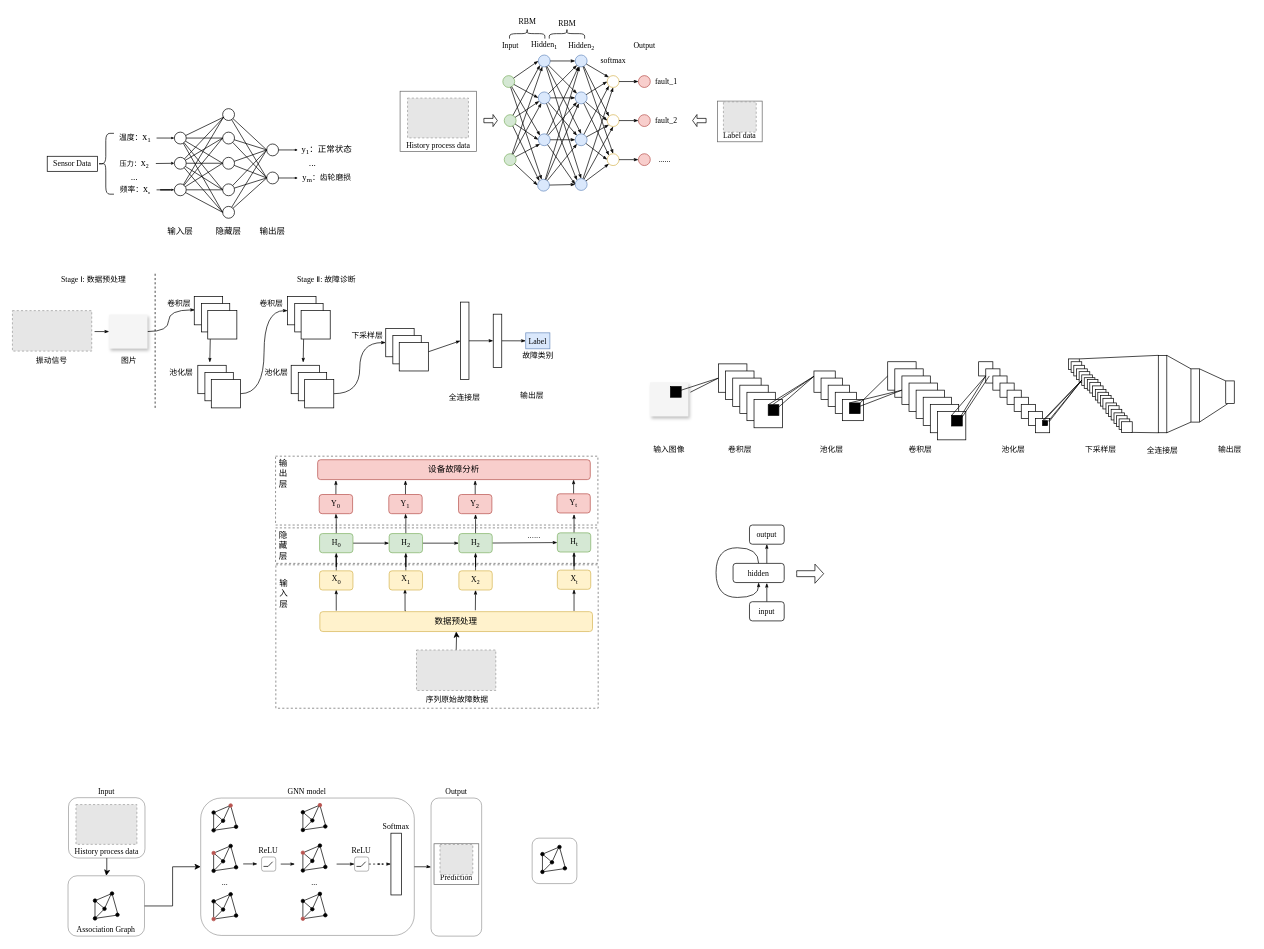
This is page "第 2 页" (2 of 2) of 未命名绘图.drawio from GPlaying/brain_map, a draw.io file, before an edit. Source tidied: cells renumbered, new cells numbered last; positions are measured from the earlier drawing's top-left corner, leaving out a move shared by most shapes. Both pictures are drawn from the tidied source at 71%, with x=0, y=0 at pixel (12, 12). Pictures stored in the file or linked from it are replaced by grey dashed boxes.
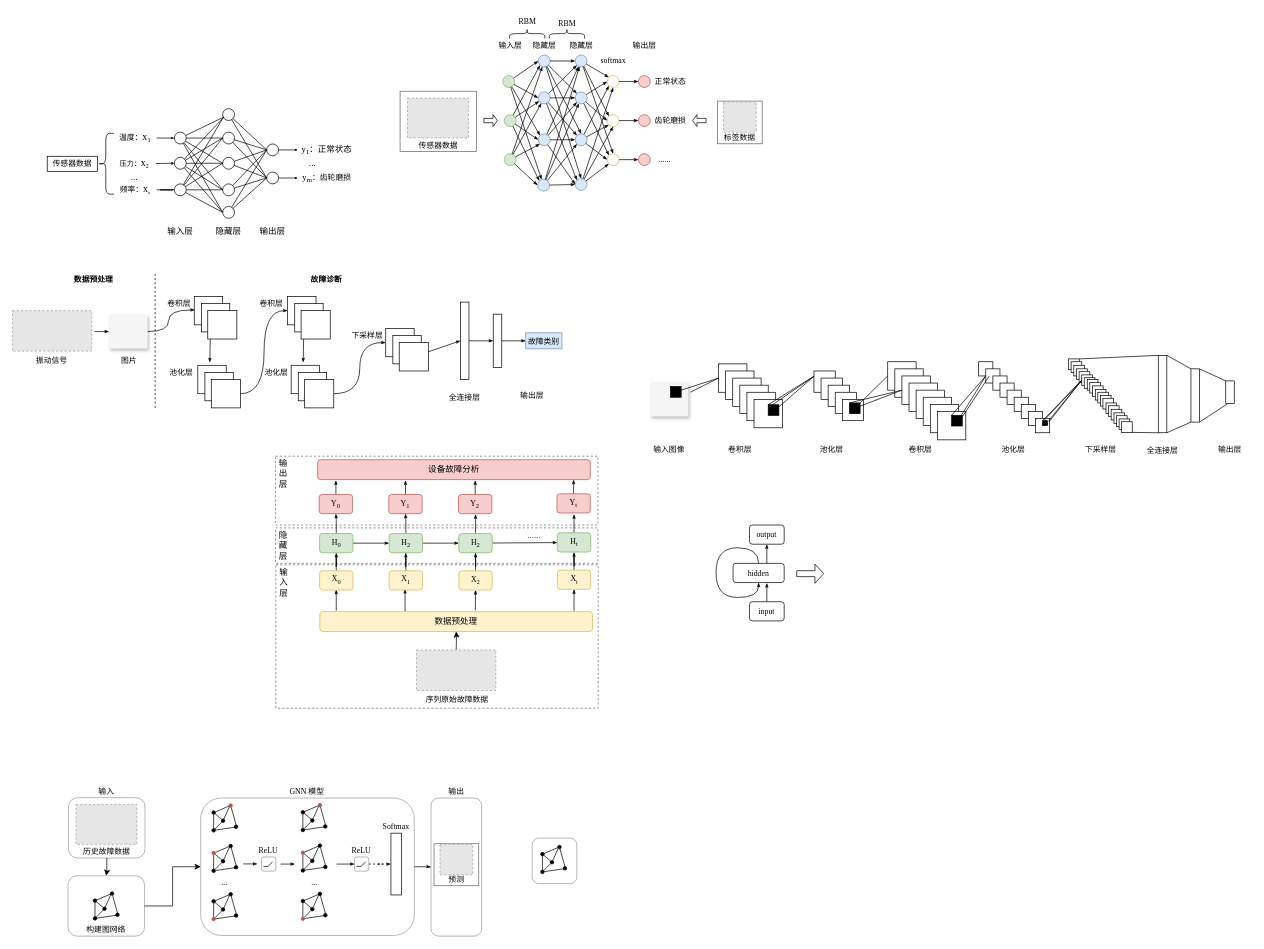
After the change.

Commit message:
更新未命名绘图.drawio

Unchanged cells that the change refers to:
```xml
<mxCell id="308" style="group;rotation=-90;" parent="1" vertex="1">
  <mxGeometry x="676.7" y="74" width="191.7" height="163.8" as="geometry" />
</mxCell>
<mxCell id="373" style="group;" parent="1" vertex="1">
  <mxGeometry x="546" y="111" width="107.7" height="85" as="geometry" />
</mxCell>
<mxCell id="430" style="group;rounded=1;" parent="1" vertex="1">
  <mxGeometry x="79" y="1106" width="107.7" height="85" as="geometry" />
</mxCell>
```

Diff of the diagram source:
```diff
@@
-    <mxCell id="4" value="&lt;font face=&quot;Times New Roman&quot;&gt;Association Graph&lt;/font&gt;" style="rounded=1;whiteSpace=wrap;html=1;fontFamily=Helvetica;fontSize=11;fontColor=default;direction=east;verticalAlign=bottom;opacity=40;" parent="1" vertex="1">
+    <mxCell id="4" value="&lt;font face=&quot;宋体&quot;&gt;构建图网络&lt;/font&gt;" style="rounded=1;whiteSpace=wrap;html=1;fontFamily=Helvetica;fontSize=11;fontColor=default;direction=east;verticalAlign=bottom;opacity=40;" parent="1" vertex="1">
       <mxGeometry x="78.3" y="1216" width="107.7" height="85" as="geometry" />
     </mxCell>
@@
-    <mxCell id="62" value="&lt;font face=&quot;Times New Roman&quot;&gt;Output&lt;/font&gt;" style="text;html=1;strokeColor=none;fillColor=none;align=center;verticalAlign=middle;whiteSpace=wrap;rounded=0;fontSize=11;fontFamily=Helvetica;fontColor=default;direction=east;" parent="1" vertex="1">
+    <mxCell id="62" value="&lt;font face=&quot;宋体&quot;&gt;输出层&lt;/font&gt;" style="text;html=1;strokeColor=none;fillColor=none;align=center;verticalAlign=middle;whiteSpace=wrap;rounded=0;fontSize=11;fontFamily=Helvetica;fontColor=default;direction=east;" parent="1" vertex="1">
       <mxGeometry x="869.5" y="34.9" width="41" height="25" as="geometry" />
     </mxCell>
@@
-    <mxCell id="294" value="&lt;font face=&quot;Times New Roman&quot;&gt;Input&lt;/font&gt;" style="text;html=1;strokeColor=none;fillColor=none;align=center;verticalAlign=middle;whiteSpace=wrap;rounded=0;fontSize=11;fontFamily=Helvetica;fontColor=default;" parent="1" vertex="1">
+    <mxCell id="294" value="&lt;font face=&quot;宋体&quot;&gt;输入&lt;/font&gt;" style="text;html=1;strokeColor=none;fillColor=none;align=center;verticalAlign=middle;whiteSpace=wrap;rounded=0;fontSize=11;fontFamily=Helvetica;fontColor=default;" parent="1" vertex="1">
       <mxGeometry x="112.4" y="1088" width="41" height="18" as="geometry" />
     </mxCell>
-    <mxCell id="295" value="&lt;font face=&quot;Times New Roman&quot;&gt;GNN model&lt;/font&gt;" style="text;html=1;strokeColor=none;fillColor=none;align=center;verticalAlign=middle;whiteSpace=wrap;rounded=0;fontSize=11;fontFamily=Helvetica;fontColor=default;" parent="1" vertex="1">
+    <mxCell id="295" value="&lt;font face=&quot;Times New Roman&quot;&gt;GNN &lt;/font&gt;&lt;font face=&quot;宋体&quot;&gt;模型&lt;/font&gt;" style="text;html=1;strokeColor=none;fillColor=none;align=center;verticalAlign=middle;whiteSpace=wrap;rounded=0;fontSize=11;fontFamily=Helvetica;fontColor=default;" parent="1" vertex="1">
       <mxGeometry x="379.4" y="1088.5" width="72.3" height="18" as="geometry" />
     </mxCell>
@@
-    <mxCell id="298" value="&lt;font face=&quot;Times New Roman&quot;&gt;Output&lt;/font&gt;" style="text;html=1;strokeColor=none;fillColor=none;align=center;verticalAlign=middle;whiteSpace=wrap;rounded=0;fontSize=11;fontFamily=Helvetica;fontColor=default;" parent="1" vertex="1">
+    <mxCell id="298" value="&lt;font face=&quot;宋体&quot;&gt;输出&lt;/font&gt;" style="text;html=1;strokeColor=none;fillColor=none;align=center;verticalAlign=middle;whiteSpace=wrap;rounded=0;fontSize=11;fontFamily=Helvetica;fontColor=default;" parent="1" vertex="1">
       <mxGeometry x="604.8" y="1088.5" width="41" height="18" as="geometry" />
     </mxCell>
-    <mxCell id="299" value="&lt;font face=&quot;Times New Roman&quot;&gt;Sensor Data&lt;/font&gt;" style="rounded=0;whiteSpace=wrap;html=1;fontFamily=Helvetica;fontSize=11;fontColor=default;" parent="1" vertex="1">
+    <mxCell id="299" value="&lt;font face=&quot;宋体&quot;&gt;传感器数据&lt;/font&gt;" style="rounded=0;whiteSpace=wrap;html=1;fontFamily=Helvetica;fontSize=11;fontColor=default;" parent="1" vertex="1">
       <mxGeometry x="49" y="202.6" width="71" height="21.2" as="geometry" />
     </mxCell>
@@
-    <mxCell id="301" value="&lt;font face=&quot;Times New Roman&quot;&gt;Label data&lt;/font&gt;" style="rounded=0;whiteSpace=wrap;html=1;fontFamily=Helvetica;fontSize=11;fontColor=default;direction=east;verticalAlign=bottom;opacity=60;" parent="1" vertex="1">
-      <mxGeometry x="993" y="124.9" width="63" height="57.3" as="geometry" />
+    <mxCell id="301" value="&lt;font face=&quot;宋体&quot;&gt;标签数据&lt;/font&gt;" style="rounded=0;whiteSpace=wrap;html=1;fontFamily=Helvetica;fontSize=11;fontColor=default;direction=east;verticalAlign=bottom;opacity=60;" parent="1" vertex="1">
+      <mxGeometry x="993" y="124.9" width="63" height="60.1" as="geometry" />
     </mxCell>
@@
-    <mxCell id="363" value="&lt;font face=&quot;Times New Roman&quot;&gt;Input&lt;/font&gt;" style="text;html=1;strokeColor=none;fillColor=none;align=center;verticalAlign=middle;whiteSpace=wrap;rounded=0;fontSize=11;fontFamily=Helvetica;fontColor=default;direction=east;" parent="308" vertex="1">
+    <mxCell id="363" value="&lt;font face=&quot;宋体&quot;&gt;输入层&lt;/font&gt;" style="text;html=1;strokeColor=none;fillColor=none;align=center;verticalAlign=middle;whiteSpace=wrap;rounded=0;fontSize=11;fontFamily=Helvetica;fontColor=default;direction=east;" parent="308" vertex="1">
       <mxGeometry x="3.8" y="-39.3" width="41" height="25" as="geometry" />
     </mxCell>
-    <mxCell id="364" value="&lt;font face=&quot;Times New Roman&quot;&gt;Hidden&lt;sub&gt;1&lt;/sub&gt;&lt;/font&gt;" style="text;html=1;strokeColor=none;fillColor=none;align=center;verticalAlign=middle;whiteSpace=wrap;rounded=0;fontSize=11;fontFamily=Helvetica;fontColor=default;direction=east;" parent="308" vertex="1">
+    <mxCell id="364" value="&lt;font face=&quot;宋体&quot;&gt;隐藏层&lt;/font&gt;" style="text;html=1;strokeColor=none;fillColor=none;align=center;verticalAlign=middle;whiteSpace=wrap;rounded=0;fontSize=11;fontFamily=Helvetica;fontColor=default;direction=east;" parent="308" vertex="1">
       <mxGeometry x="51.8" y="-39.3" width="41" height="25" as="geometry" />
     </mxCell>
-    <mxCell id="365" value="&lt;font face=&quot;Times New Roman&quot;&gt;Hidden&lt;font size=&quot;1&quot;&gt;&lt;sub&gt;2&lt;/sub&gt;&lt;/font&gt;&lt;/font&gt;" style="text;html=1;strokeColor=none;fillColor=none;align=center;verticalAlign=middle;whiteSpace=wrap;rounded=0;fontSize=11;fontFamily=Helvetica;fontColor=default;direction=east;" parent="308" vertex="1">
+    <mxCell id="365" value="&lt;font face=&quot;宋体&quot;&gt;隐藏层&lt;/font&gt;" style="text;html=1;strokeColor=none;fillColor=none;align=center;verticalAlign=middle;whiteSpace=wrap;rounded=0;fontSize=11;fontFamily=Helvetica;fontColor=default;direction=east;" parent="308" vertex="1">
       <mxGeometry x="103.8" y="-39.3" width="41" height="25" as="geometry" />
     </mxCell>
@@
-    <mxCell id="374" value="&lt;font face=&quot;Times New Roman&quot;&gt;History process data&lt;/font&gt;" style="rounded=0;whiteSpace=wrap;html=1;fontFamily=Helvetica;fontSize=11;fontColor=default;direction=east;verticalAlign=bottom;opacity=60;" parent="373" vertex="1">
+    <mxCell id="374" value="&lt;font face=&quot;宋体&quot;&gt;传感器数据&lt;/font&gt;" style="rounded=0;whiteSpace=wrap;html=1;fontFamily=Helvetica;fontSize=11;fontColor=default;direction=east;verticalAlign=bottom;opacity=60;" parent="373" vertex="1">
       <mxGeometry width="107.7" height="85" as="geometry" />
     </mxCell>
@@
-    <mxCell id="377" value="&lt;font face=&quot;Times New Roman&quot;&gt;fault_1&lt;/font&gt;" style="text;html=1;strokeColor=none;fillColor=none;align=center;verticalAlign=middle;whiteSpace=wrap;rounded=0;fontSize=11;fontFamily=Helvetica;fontColor=default;" parent="1" vertex="1">
-      <mxGeometry x="899.9" y="87.5" width="42" height="19.7" as="geometry" />
+    <mxCell id="377" value="&lt;font face=&quot;宋体&quot;&gt;正常状态&lt;/font&gt;" style="text;html=1;strokeColor=none;fillColor=none;align=center;verticalAlign=middle;whiteSpace=wrap;rounded=0;fontSize=11;fontFamily=Helvetica;fontColor=default;" parent="1" vertex="1">
+      <mxGeometry x="899.9" y="87.5" width="54" height="19.7" as="geometry" />
     </mxCell>
-    <mxCell id="378" value="&lt;font face=&quot;Times New Roman&quot;&gt;fault_2&lt;/font&gt;" style="text;html=1;strokeColor=none;fillColor=none;align=center;verticalAlign=middle;whiteSpace=wrap;rounded=0;fontSize=11;fontFamily=Helvetica;fontColor=default;" parent="1" vertex="1">
-      <mxGeometry x="899.9" y="142.5" width="42" height="19.7" as="geometry" />
+    <mxCell id="378" value="&lt;font face=&quot;宋体&quot;&gt;齿轮磨损&lt;/font&gt;" style="text;html=1;strokeColor=none;fillColor=none;align=center;verticalAlign=middle;whiteSpace=wrap;rounded=0;fontSize=11;fontFamily=Helvetica;fontColor=default;" parent="1" vertex="1">
+      <mxGeometry x="899.9" y="142.5" width="54" height="19.7" as="geometry" />
     </mxCell>
@@
-    <mxCell id="385" value="&lt;font face=&quot;Times New Roman&quot;&gt;Stage Ⅰ: &lt;/font&gt;&lt;font face=&quot;宋体&quot;&gt;数据预处理&lt;/font&gt;" style="text;html=1;strokeColor=none;fillColor=none;align=center;verticalAlign=middle;whiteSpace=wrap;rounded=0;fontSize=11;fontFamily=Helvetica;fontColor=default;" parent="1" vertex="1">
+    <mxCell id="385" value="&lt;font face=&quot;宋体&quot;&gt;&lt;b&gt;数据预处理&lt;/b&gt;&lt;/font&gt;" style="text;html=1;strokeColor=none;fillColor=none;align=center;verticalAlign=middle;whiteSpace=wrap;rounded=0;fontSize=11;fontFamily=Helvetica;fontColor=default;" parent="1" vertex="1">
       <mxGeometry x="43" y="366" width="143" height="19" as="geometry" />
     </mxCell>
@@
-    <mxCell id="417" value="&lt;font face=&quot;Times New Roman&quot;&gt;Label&lt;/font&gt;" style="rounded=0;whiteSpace=wrap;html=1;fontFamily=Helvetica;fontSize=11;fillColor=#dae8fc;strokeColor=#6c8ebf;" parent="1" vertex="1">
-      <mxGeometry x="723" y="451.3" width="34" height="22.5" as="geometry" />
+    <mxCell id="417" value="&lt;font face=&quot;宋体&quot;&gt;故障类别&lt;/font&gt;" style="rounded=0;whiteSpace=wrap;html=1;fontFamily=Helvetica;fontSize=11;fillColor=#dae8fc;strokeColor=#6c8ebf;" parent="1" vertex="1">
+      <mxGeometry x="723" y="451.3" width="51" height="22.5" as="geometry" />
     </mxCell>
@@
-    <mxCell id="420" value="&lt;font face=&quot;宋体&quot;&gt;故障类别&lt;/font&gt;" style="text;html=1;strokeColor=none;fillColor=none;align=center;verticalAlign=middle;whiteSpace=wrap;rounded=0;fontSize=11;fontFamily=Helvetica;fontColor=default;" parent="1" vertex="1">
-      <mxGeometry x="714.5" y="474" width="51" height="18" as="geometry" />
-    </mxCell>
-    <mxCell id="421" value="&lt;font face=&quot;Times New Roman&quot;&gt;Stage Ⅱ: &lt;/font&gt;&lt;font face=&quot;宋体&quot;&gt;故障诊断&lt;/font&gt;" style="text;html=1;strokeColor=none;fillColor=none;align=center;verticalAlign=middle;whiteSpace=wrap;rounded=0;fontSize=11;fontFamily=Helvetica;fontColor=default;" parent="1" vertex="1">
+    <mxCell id="421" value="&lt;font face=&quot;宋体&quot;&gt;&lt;b&gt;故障诊断&lt;/b&gt;&lt;/font&gt;" style="text;html=1;strokeColor=none;fillColor=none;align=center;verticalAlign=middle;whiteSpace=wrap;rounded=0;fontSize=11;fontFamily=Helvetica;fontColor=default;" parent="1" vertex="1">
       <mxGeometry x="370.6" y="366" width="143" height="19" as="geometry" />
     </mxCell>
@@
     <mxCell id="426" value="&lt;font face=&quot;宋体&quot;&gt;输入层&lt;/font&gt;" style="text;html=1;strokeColor=none;fillColor=none;align=center;verticalAlign=middle;whiteSpace=wrap;rounded=0;" parent="1" vertex="1">
-      <mxGeometry x="371.6" y="778" width="21" height="82" as="geometry" />
+      <mxGeometry x="371.6" y="778" width="21" height="50" as="geometry" />
     </mxCell>
@@
-    <mxCell id="431" value="&lt;font face=&quot;Times New Roman&quot;&gt;History process data&lt;/font&gt;" style="rounded=1;whiteSpace=wrap;html=1;fontFamily=Helvetica;fontSize=11;fontColor=default;direction=east;verticalAlign=bottom;opacity=40;" parent="430" vertex="1">
+    <mxCell id="431" value="&lt;font face=&quot;宋体&quot;&gt;历史故障数据&lt;/font&gt;" style="rounded=1;whiteSpace=wrap;html=1;fontFamily=Helvetica;fontSize=11;fontColor=default;direction=east;verticalAlign=bottom;opacity=40;" parent="430" vertex="1">
       <mxGeometry width="107.7" height="85" as="geometry" />
     </mxCell>
@@
-    <mxCell id="436" value="&lt;font face=&quot;Times New Roman&quot;&gt;Prediction&lt;/font&gt;" style="rounded=0;whiteSpace=wrap;html=1;fontFamily=Helvetica;fontSize=11;fontColor=default;direction=east;verticalAlign=bottom;opacity=60;" parent="1" vertex="1">
-      <mxGeometry x="593.8" y="1170.9" width="63" height="57.3" as="geometry" />
+    <mxCell id="436" value="&lt;font face=&quot;宋体&quot;&gt;预测&lt;/font&gt;" style="rounded=0;whiteSpace=wrap;html=1;fontFamily=Helvetica;fontSize=11;fontColor=default;direction=east;verticalAlign=bottom;opacity=60;" parent="1" vertex="1">
+      <mxGeometry x="593.8" y="1170.9" width="63" height="59.1" as="geometry" />
     </mxCell>
```
